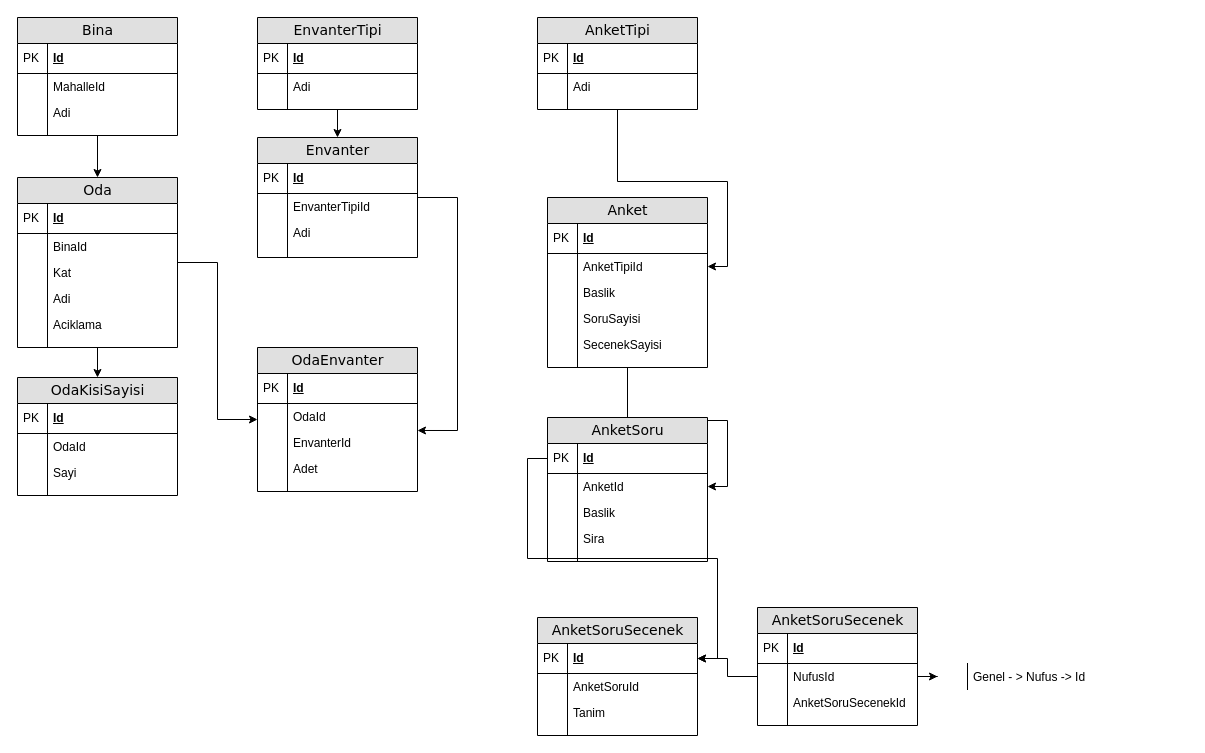
Above: page "Mekan" (2 of 8) of Kur 2/Veritabanı Diagrams.drawio in etuncay/kugim-gen-yazilimcilar-egitim-programi (draw.io), before the change. Source tidied: cells renumbered, new cells numbered last; positions are measured from the earlier drawing's top-left corner, leaving out a move shared by most shapes. Both pictures are drawn from the tidied source at 100%, with x=0, y=0 at pixel (17, 17).
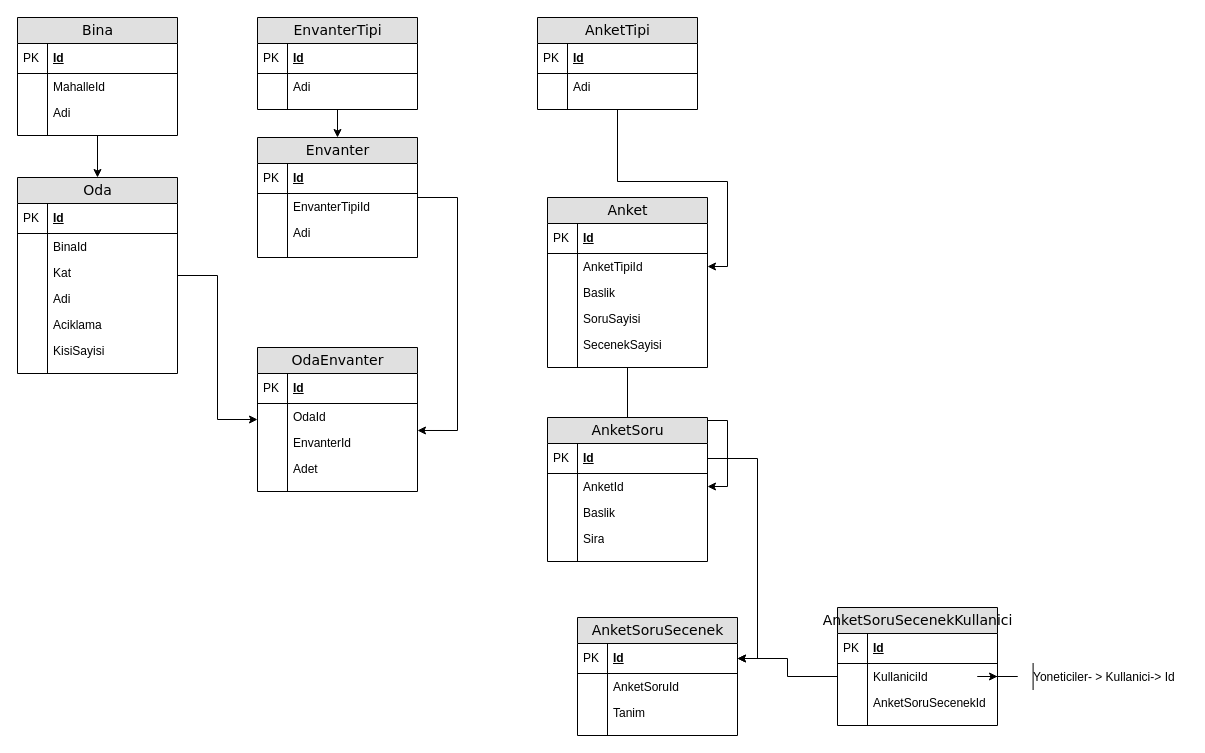
The same page after the edit.

What changed in the source:
```diff
@@
-    <mxCell id="12" style="edgeStyle=orthogonalEdgeStyle;rounded=0;jettySize=auto;html=1;" parent="1" edge="1" source="14" target="27">
-      <mxGeometry relative="1" as="geometry" />
-    </mxCell>
@@
     <mxCell id="14" value="Oda" style="swimlane;html=1;fontStyle=0;horizontal=1;startSize=26;fillColor=#e0e0e0;swimlaneFillColor=#ffffff;align=center;rounded=0;shadow=0;comic=0;labelBackgroundColor=none;strokeWidth=1;fontFamily=Verdana;fontSize=14;" parent="1" vertex="1">
-      <mxGeometry y="160" width="160" height="170" as="geometry" />
+      <mxGeometry y="160" width="160" height="196" as="geometry" />
     </mxCell>
@@
+    <mxCell id="122" value="KisiSayisi" style="shape=partialRectangle;top=0;left=0;right=0;bottom=0;html=1;align=left;verticalAlign=top;fillColor=none;spacingLeft=34;spacingRight=4;whiteSpace=wrap;overflow=hidden;" parent="14" vertex="1">
+      <mxGeometry y="160" width="160" height="26" as="geometry" />
+    </mxCell>
+    <mxCell id="123" style="shape=partialRectangle;top=0;left=0;bottom=0;html=1;fillColor=none;align=left;verticalAlign=top;spacingLeft=4;spacingRight=4;whiteSpace=wrap;overflow=hidden;" parent="122" vertex="1">
+      <mxGeometry width="30" height="26" as="geometry" />
+    </mxCell>
     <mxCell id="25" style="shape=partialRectangle;top=0;left=0;right=0;bottom=0;html=1;align=left;verticalAlign=top;fillColor=none;spacingLeft=34;spacingRight=4;whiteSpace=wrap;overflow=hidden;" parent="14" vertex="1">
-      <mxGeometry y="160" width="160" height="10" as="geometry" />
+      <mxGeometry y="186" width="160" height="10" as="geometry" />
     </mxCell>
@@
-    <mxCell id="27" value="OdaKisiSayisi" style="swimlane;html=1;fontStyle=0;horizontal=1;startSize=26;fillColor=#e0e0e0;swimlaneFillColor=#ffffff;align=center;rounded=0;shadow=0;comic=0;labelBackgroundColor=none;strokeWidth=1;fontFamily=Verdana;fontSize=14;" parent="1" vertex="1">
-      <mxGeometry y="360" width="160" height="118" as="geometry" />
-    </mxCell>
-    <mxCell id="28" value="Id" style="shape=partialRectangle;top=0;left=0;right=0;bottom=1;html=1;align=left;verticalAlign=middle;fillColor=none;spacingLeft=34;spacingRight=4;whiteSpace=wrap;overflow=hidden;fontStyle=5;" parent="27" vertex="1">
-      <mxGeometry y="26" width="160" height="30" as="geometry" />
-    </mxCell>
-    <mxCell id="29" value="PK" style="shape=partialRectangle;top=0;left=0;bottom=0;html=1;fillColor=none;align=left;verticalAlign=middle;spacingLeft=4;spacingRight=4;whiteSpace=wrap;overflow=hidden;" parent="28" vertex="1">
-      <mxGeometry width="30" height="30" as="geometry" />
-    </mxCell>
-    <mxCell id="30" value="OdaId" style="shape=partialRectangle;top=0;left=0;right=0;bottom=0;html=1;align=left;verticalAlign=top;fillColor=none;spacingLeft=34;spacingRight=4;whiteSpace=wrap;overflow=hidden;" parent="27" vertex="1">
-      <mxGeometry y="56" width="160" height="26" as="geometry" />
-    </mxCell>
-    <mxCell id="31" style="shape=partialRectangle;top=0;left=0;bottom=0;html=1;fillColor=none;align=left;verticalAlign=top;spacingLeft=4;spacingRight=4;whiteSpace=wrap;overflow=hidden;" parent="30" vertex="1">
-      <mxGeometry width="30" height="26" as="geometry" />
-    </mxCell>
-    <mxCell id="32" value="Sayi" style="shape=partialRectangle;top=0;left=0;right=0;bottom=0;html=1;align=left;verticalAlign=top;fillColor=none;spacingLeft=34;spacingRight=4;whiteSpace=wrap;overflow=hidden;" parent="27" vertex="1">
-      <mxGeometry y="82" width="160" height="26" as="geometry" />
-    </mxCell>
-    <mxCell id="33" style="shape=partialRectangle;top=0;left=0;bottom=0;html=1;fillColor=none;align=left;verticalAlign=top;spacingLeft=4;spacingRight=4;whiteSpace=wrap;overflow=hidden;" parent="32" vertex="1">
-      <mxGeometry width="30" height="26" as="geometry" />
-    </mxCell>
-    <mxCell id="34" style="shape=partialRectangle;top=0;left=0;right=0;bottom=0;html=1;align=left;verticalAlign=top;fillColor=none;spacingLeft=34;spacingRight=4;whiteSpace=wrap;overflow=hidden;" parent="27" vertex="1">
-      <mxGeometry y="108" width="160" height="10" as="geometry" />
-    </mxCell>
-    <mxCell id="35" style="shape=partialRectangle;top=0;left=0;bottom=0;html=1;fillColor=none;align=left;verticalAlign=top;spacingLeft=4;spacingRight=4;whiteSpace=wrap;overflow=hidden;" parent="34" vertex="1">
-      <mxGeometry width="30" height="10" as="geometry" />
-    </mxCell>
@@
     <mxCell id="98" value="AnketSoruSecenek" style="swimlane;html=1;fontStyle=0;horizontal=1;startSize=26;fillColor=#e0e0e0;swimlaneFillColor=#ffffff;align=center;rounded=0;shadow=0;comic=0;labelBackgroundColor=none;strokeWidth=1;fontFamily=Verdana;fontSize=14;" parent="1" vertex="1">
-      <mxGeometry x="520" y="600" width="160" height="118" as="geometry" />
+      <mxGeometry x="560" y="600" width="160" height="118" as="geometry" />
     </mxCell>
@@
-    <mxCell id="108" value="AnketSoruSecenek" style="swimlane;html=1;fontStyle=0;horizontal=1;startSize=26;fillColor=#e0e0e0;swimlaneFillColor=#ffffff;align=center;rounded=0;shadow=0;comic=0;labelBackgroundColor=none;strokeWidth=1;fontFamily=Verdana;fontSize=14;" parent="1" vertex="1">
-      <mxGeometry x="740" y="590" width="160" height="118" as="geometry" />
+    <mxCell id="108" value="AnketSoruSecenekKullanici" style="swimlane;html=1;fontStyle=0;horizontal=1;startSize=26;fillColor=#e0e0e0;swimlaneFillColor=#ffffff;align=center;rounded=0;shadow=0;comic=0;labelBackgroundColor=none;strokeWidth=1;fontFamily=Verdana;fontSize=14;" parent="1" vertex="1">
+      <mxGeometry x="820" y="590" width="160" height="118" as="geometry" />
     </mxCell>
@@
-    <mxCell id="111" value="NufusId" style="shape=partialRectangle;top=0;left=0;right=0;bottom=0;html=1;align=left;verticalAlign=top;fillColor=none;spacingLeft=34;spacingRight=4;whiteSpace=wrap;overflow=hidden;points=[[0,0.5],[1,0.5]];portConstraint=eastwest;" parent="108" vertex="1">
+    <mxCell id="111" value="KullaniciId" style="shape=partialRectangle;top=0;left=0;right=0;bottom=0;html=1;align=left;verticalAlign=top;fillColor=none;spacingLeft=34;spacingRight=4;whiteSpace=wrap;overflow=hidden;points=[[0,0.5],[1,0.5]];portConstraint=eastwest;" parent="108" vertex="1">
       <mxGeometry y="56" width="160" height="26" as="geometry" />
     </mxCell>
@@
-    <mxCell id="119" value="&lt;span style=&quot;text-align: center&quot;&gt;Genel - &amp;gt; Nufus -&amp;gt; Id&amp;nbsp;&lt;/span&gt;" style="shape=partialRectangle;top=0;left=0;right=0;bottom=0;html=1;align=left;verticalAlign=top;fillColor=none;spacingLeft=34;spacingRight=4;whiteSpace=wrap;overflow=hidden;points=[[0,0.5],[1,0.5]];portConstraint=eastwest;" parent="1" vertex="1">
-      <mxGeometry x="920" y="646" width="160" height="26" as="geometry" />
+    <mxCell id="119" value="&lt;span style=&quot;text-align: center&quot;&gt;Yoneticiler- &amp;gt; Kullanici-&amp;gt; Id&amp;nbsp;&lt;/span&gt;" style="shape=partialRectangle;top=0;left=0;right=0;bottom=0;html=1;align=left;verticalAlign=top;fillColor=none;spacingLeft=34;spacingRight=4;whiteSpace=wrap;overflow=hidden;points=[[0,0.5],[1,0.5]];portConstraint=eastwest;" parent="1" vertex="1">
+      <mxGeometry x="980" y="646" width="190" height="26" as="geometry" />
     </mxCell>
     <mxCell id="120" style="shape=partialRectangle;top=0;left=0;bottom=0;html=1;fillColor=none;align=left;verticalAlign=top;spacingLeft=4;spacingRight=4;whiteSpace=wrap;overflow=hidden;" parent="119" vertex="1">
-      <mxGeometry width="30" height="26" as="geometry" />
+      <mxGeometry width="35.6" height="26" as="geometry" />
     </mxCell>
```
